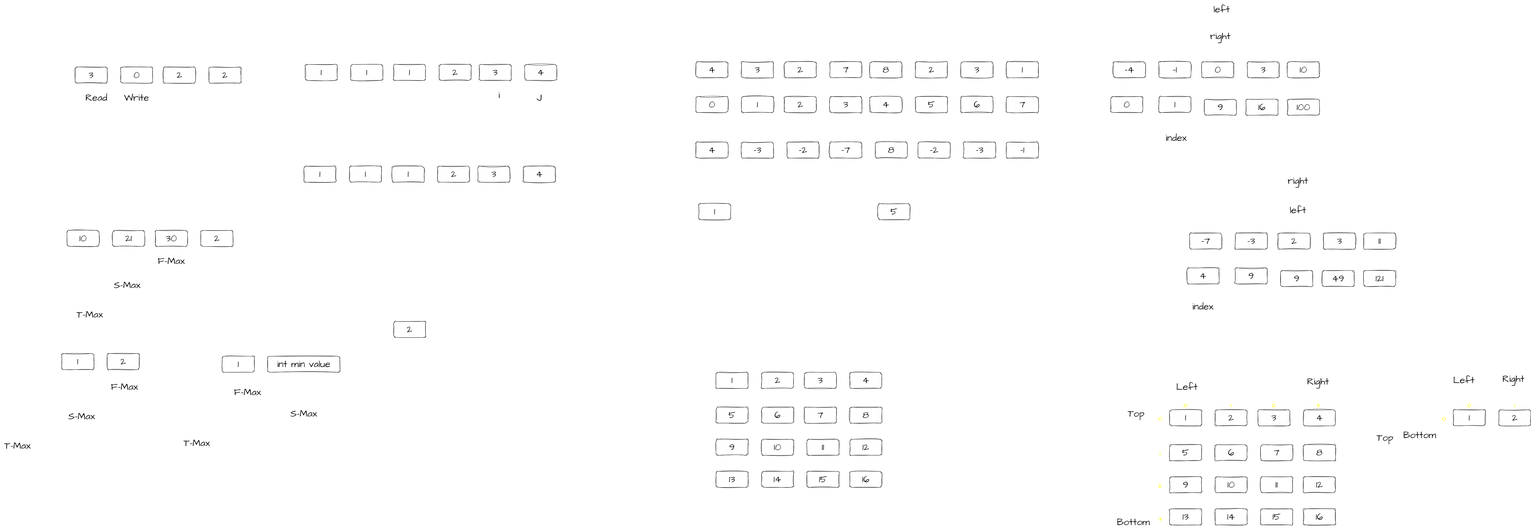
This is Diagrams/BrainStorming.drawio.png from Omar-Abo-Ziada/Problem_Solving, a draw.io export, as it was before one commit. Source tidied: cells renumbered, new cells last; positions are measured from the earlier drawing's top-left corner, leaving out a move shared by most shapes.
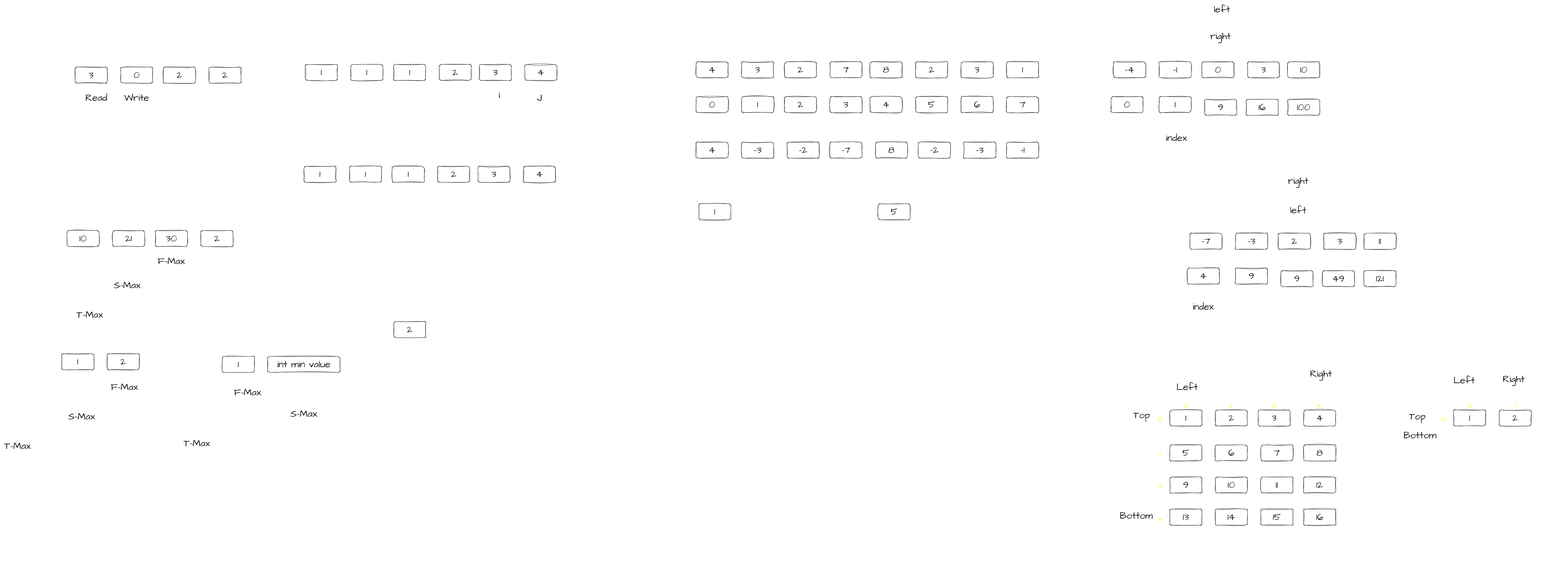
After the commit.

Commit message:
Edite Diagram

Change to the diagram source:
```diff
@@ -272,76 +272,16 @@
     <mxCell id="91" value="index" style="text;html=1;strokeColor=none;fillColor=none;align=center;verticalAlign=middle;whiteSpace=wrap;rounded=0;sketch=1;hachureGap=4;jiggle=2;curveFitting=1;fontFamily=Architects Daughter;fontSource=https%3A%2F%2Ffonts.googleapis.com%2Fcss%3Ffamily%3DArchitects%2BDaughter;fontSize=36;" parent="1" vertex="1">
       <mxGeometry x="4430" y="1110" width="130" height="70" as="geometry" />
     </mxCell>
-    <mxCell id="92" value="&lt;font style=&quot;font-size: 36px;&quot;&gt;1&lt;/font&gt;" style="rounded=1;whiteSpace=wrap;html=1;sketch=1;hachureGap=4;jiggle=2;curveFitting=1;fontFamily=Architects Daughter;fontSource=https%3A%2F%2Ffonts.googleapis.com%2Fcss%3Ffamily%3DArchitects%2BDaughter;fontSize=20;" parent="1" vertex="1">
-      <mxGeometry x="2675" y="1390" width="120" height="60" as="geometry" />
-    </mxCell>
-    <mxCell id="93" value="&lt;font style=&quot;font-size: 36px;&quot;&gt;2&lt;/font&gt;" style="rounded=1;whiteSpace=wrap;html=1;sketch=1;hachureGap=4;jiggle=2;curveFitting=1;fontFamily=Architects Daughter;fontSource=https%3A%2F%2Ffonts.googleapis.com%2Fcss%3Ffamily%3DArchitects%2BDaughter;fontSize=20;" parent="1" vertex="1">
-      <mxGeometry x="2845" y="1390" width="120" height="60" as="geometry" />
-    </mxCell>
-    <mxCell id="94" value="&lt;font style=&quot;font-size: 36px;&quot;&gt;3&lt;/font&gt;" style="rounded=1;whiteSpace=wrap;html=1;sketch=1;hachureGap=4;jiggle=2;curveFitting=1;fontFamily=Architects Daughter;fontSource=https%3A%2F%2Ffonts.googleapis.com%2Fcss%3Ffamily%3DArchitects%2BDaughter;fontSize=20;" parent="1" vertex="1">
-      <mxGeometry x="3005" y="1390" width="120" height="60" as="geometry" />
-    </mxCell>
-    <mxCell id="95" value="&lt;font style=&quot;font-size: 36px;&quot;&gt;4&lt;/font&gt;" style="rounded=1;whiteSpace=wrap;html=1;sketch=1;hachureGap=4;jiggle=2;curveFitting=1;fontFamily=Architects Daughter;fontSource=https%3A%2F%2Ffonts.googleapis.com%2Fcss%3Ffamily%3DArchitects%2BDaughter;fontSize=20;" parent="1" vertex="1">
-      <mxGeometry x="3175" y="1390" width="120" height="60" as="geometry" />
-    </mxCell>
-    <mxCell id="96" value="&lt;font style=&quot;font-size: 36px;&quot;&gt;5&lt;/font&gt;" style="rounded=1;whiteSpace=wrap;html=1;sketch=1;hachureGap=4;jiggle=2;curveFitting=1;fontFamily=Architects Daughter;fontSource=https%3A%2F%2Ffonts.googleapis.com%2Fcss%3Ffamily%3DArchitects%2BDaughter;fontSize=20;" parent="1" vertex="1">
-      <mxGeometry x="2675" y="1520" width="120" height="60" as="geometry" />
-    </mxCell>
-    <mxCell id="97" value="&lt;font style=&quot;font-size: 36px;&quot;&gt;6&lt;/font&gt;" style="rounded=1;whiteSpace=wrap;html=1;sketch=1;hachureGap=4;jiggle=2;curveFitting=1;fontFamily=Architects Daughter;fontSource=https%3A%2F%2Ffonts.googleapis.com%2Fcss%3Ffamily%3DArchitects%2BDaughter;fontSize=20;" parent="1" vertex="1">
-      <mxGeometry x="2845" y="1520" width="120" height="60" as="geometry" />
-    </mxCell>
-    <mxCell id="98" value="&lt;font style=&quot;font-size: 36px;&quot;&gt;7&lt;/font&gt;" style="rounded=1;whiteSpace=wrap;html=1;sketch=1;hachureGap=4;jiggle=2;curveFitting=1;fontFamily=Architects Daughter;fontSource=https%3A%2F%2Ffonts.googleapis.com%2Fcss%3Ffamily%3DArchitects%2BDaughter;fontSize=20;" parent="1" vertex="1">
-      <mxGeometry x="3005" y="1520" width="120" height="60" as="geometry" />
-    </mxCell>
-    <mxCell id="99" value="&lt;font style=&quot;font-size: 36px;&quot;&gt;8&lt;/font&gt;" style="rounded=1;whiteSpace=wrap;html=1;sketch=1;hachureGap=4;jiggle=2;curveFitting=1;fontFamily=Architects Daughter;fontSource=https%3A%2F%2Ffonts.googleapis.com%2Fcss%3Ffamily%3DArchitects%2BDaughter;fontSize=20;" parent="1" vertex="1">
-      <mxGeometry x="3175" y="1520" width="120" height="60" as="geometry" />
-    </mxCell>
-    <mxCell id="100" value="&lt;font style=&quot;font-size: 36px;&quot;&gt;12&lt;/font&gt;" style="rounded=1;whiteSpace=wrap;html=1;sketch=1;hachureGap=4;jiggle=2;curveFitting=1;fontFamily=Architects Daughter;fontSource=https%3A%2F%2Ffonts.googleapis.com%2Fcss%3Ffamily%3DArchitects%2BDaughter;fontSize=20;" parent="1" vertex="1">
-      <mxGeometry x="3175" y="1640" width="120" height="60" as="geometry" />
-    </mxCell>
-    <mxCell id="101" value="&lt;font style=&quot;font-size: 36px;&quot;&gt;11&lt;/font&gt;" style="rounded=1;whiteSpace=wrap;html=1;sketch=1;hachureGap=4;jiggle=2;curveFitting=1;fontFamily=Architects Daughter;fontSource=https%3A%2F%2Ffonts.googleapis.com%2Fcss%3Ffamily%3DArchitects%2BDaughter;fontSize=20;" parent="1" vertex="1">
-      <mxGeometry x="3015" y="1640" width="120" height="60" as="geometry" />
-    </mxCell>
-    <mxCell id="102" value="&lt;font style=&quot;font-size: 36px;&quot;&gt;10&lt;/font&gt;" style="rounded=1;whiteSpace=wrap;html=1;sketch=1;hachureGap=4;jiggle=2;curveFitting=1;fontFamily=Architects Daughter;fontSource=https%3A%2F%2Ffonts.googleapis.com%2Fcss%3Ffamily%3DArchitects%2BDaughter;fontSize=20;" parent="1" vertex="1">
-      <mxGeometry x="2845" y="1640" width="120" height="60" as="geometry" />
-    </mxCell>
-    <mxCell id="103" value="&lt;font style=&quot;font-size: 36px;&quot;&gt;9&lt;/font&gt;" style="rounded=1;whiteSpace=wrap;html=1;sketch=1;hachureGap=4;jiggle=2;curveFitting=1;fontFamily=Architects Daughter;fontSource=https%3A%2F%2Ffonts.googleapis.com%2Fcss%3Ffamily%3DArchitects%2BDaughter;fontSize=20;" parent="1" vertex="1">
-      <mxGeometry x="2675" y="1640" width="120" height="60" as="geometry" />
-    </mxCell>
-    <mxCell id="104" value="&lt;font style=&quot;font-size: 36px;&quot;&gt;16&lt;/font&gt;" style="rounded=1;whiteSpace=wrap;html=1;sketch=1;hachureGap=4;jiggle=2;curveFitting=1;fontFamily=Architects Daughter;fontSource=https%3A%2F%2Ffonts.googleapis.com%2Fcss%3Ffamily%3DArchitects%2BDaughter;fontSize=20;" parent="1" vertex="1">
-      <mxGeometry x="3175" y="1760" width="120" height="60" as="geometry" />
-    </mxCell>
-    <mxCell id="105" value="&lt;font style=&quot;font-size: 36px;&quot;&gt;15&lt;/font&gt;" style="rounded=1;whiteSpace=wrap;html=1;sketch=1;hachureGap=4;jiggle=2;curveFitting=1;fontFamily=Architects Daughter;fontSource=https%3A%2F%2Ffonts.googleapis.com%2Fcss%3Ffamily%3DArchitects%2BDaughter;fontSize=20;" parent="1" vertex="1">
-      <mxGeometry x="3015" y="1760" width="120" height="60" as="geometry" />
-    </mxCell>
-    <mxCell id="106" value="&lt;font style=&quot;font-size: 36px;&quot;&gt;14&lt;/font&gt;" style="rounded=1;whiteSpace=wrap;html=1;sketch=1;hachureGap=4;jiggle=2;curveFitting=1;fontFamily=Architects Daughter;fontSource=https%3A%2F%2Ffonts.googleapis.com%2Fcss%3Ffamily%3DArchitects%2BDaughter;fontSize=20;" parent="1" vertex="1">
-      <mxGeometry x="2845" y="1760" width="120" height="60" as="geometry" />
-    </mxCell>
-    <mxCell id="107" value="&lt;font style=&quot;font-size: 36px;&quot;&gt;13&lt;/font&gt;" style="rounded=1;whiteSpace=wrap;html=1;sketch=1;hachureGap=4;jiggle=2;curveFitting=1;fontFamily=Architects Daughter;fontSource=https%3A%2F%2Ffonts.googleapis.com%2Fcss%3Ffamily%3DArchitects%2BDaughter;fontSize=20;" parent="1" vertex="1">
-      <mxGeometry x="2675" y="1760" width="120" height="60" as="geometry" />
-    </mxCell>
     <mxCell id="108" style="endArrow=none;html=1;fillColor=#ffcccc;strokeColor=#FFFFFF;strokeWidth=10;" parent="1" edge="1">
       <mxGeometry relative="1" as="geometry">
-        <mxPoint x="3390" y="1950" as="sourcePoint" />
-        <mxPoint x="3390" y="1270" as="targetPoint" />
+        <mxPoint x="4050" y="2090" as="sourcePoint" />
+        <mxPoint x="4050" y="1270" as="targetPoint" />
       </mxGeometry>
     </mxCell>
-    <mxCell id="109" style="endArrow=none;html=1;fillColor=#ffcccc;strokeColor=#FFFFFF;strokeWidth=10;" parent="1" edge="1">
-      <mxGeometry relative="1" as="geometry">
-        <mxPoint x="2550" y="1940" as="sourcePoint" />
-        <mxPoint x="2550" y="1260" as="targetPoint" />
-      </mxGeometry>
-    </mxCell>
-    <mxCell id="110" style="endArrow=none;html=1;fillColor=#ffcccc;strokeColor=#FFFFFF;strokeWidth=10;" parent="1" edge="1">
-      <mxGeometry relative="1" as="geometry">
-        <mxPoint x="3380" y="1950" as="sourcePoint" />
-        <mxPoint x="2550" y="1940" as="targetPoint" />
-      </mxGeometry>
-    </mxCell>
     <mxCell id="111" style="endArrow=none;html=1;fillColor=#ffcccc;strokeColor=#FFFFFF;strokeWidth=10;" parent="1" edge="1">
       <mxGeometry relative="1" as="geometry">
-        <mxPoint x="3380" y="1280" as="sourcePoint" />
-        <mxPoint x="2550" y="1270" as="targetPoint" />
+        <mxPoint x="5850" y="1270" as="sourcePoint" />
+        <mxPoint x="4050" y="1270" as="targetPoint" />
       </mxGeometry>
     </mxCell>
     <mxCell id="112" style="edgeStyle=none;html=1;strokeColor=#FFFFFF;strokeWidth=3;" parent="1" edge="1" source="113" target="115">
@@ -437,17 +377,17 @@
     <mxCell id="142" value="&lt;font style=&quot;font-size: 36px;&quot;&gt;13&lt;/font&gt;" style="rounded=1;whiteSpace=wrap;html=1;sketch=1;hachureGap=4;jiggle=2;curveFitting=1;fontFamily=Architects Daughter;fontSource=https%3A%2F%2Ffonts.googleapis.com%2Fcss%3Ffamily%3DArchitects%2BDaughter;fontSize=20;" parent="1" vertex="1">
       <mxGeometry x="4370" y="1900" width="120" height="60" as="geometry" />
     </mxCell>
-    <mxCell id="143" value="Left" style="text;html=1;strokeColor=none;fillColor=none;align=center;verticalAlign=middle;whiteSpace=wrap;rounded=0;sketch=1;hachureGap=4;jiggle=2;curveFitting=1;fontFamily=Architects Daughter;fontSource=https%3A%2F%2Ffonts.googleapis.com%2Fcss%3Ffamily%3DArchitects%2BDaughter;fontSize=36;" parent="1" vertex="1">
+    <mxCell id="143" value="Left" style="text;html=1;strokeColor=none;fillColor=default;align=center;verticalAlign=middle;whiteSpace=wrap;rounded=0;sketch=1;hachureGap=4;jiggle=2;curveFitting=1;fontFamily=Architects Daughter;fontSource=https%3A%2F%2Ffonts.googleapis.com%2Fcss%3Ffamily%3DArchitects%2BDaughter;fontSize=36;" parent="1" vertex="1">
       <mxGeometry x="4370" y="1410" width="130" height="70" as="geometry" />
     </mxCell>
-    <mxCell id="144" value="Right" style="text;html=1;strokeColor=none;fillColor=none;align=center;verticalAlign=middle;whiteSpace=wrap;rounded=0;sketch=1;hachureGap=4;jiggle=2;curveFitting=1;fontFamily=Architects Daughter;fontSource=https%3A%2F%2Ffonts.googleapis.com%2Fcss%3Ffamily%3DArchitects%2BDaughter;fontSize=36;" parent="1" vertex="1">
-      <mxGeometry x="4860" y="1390" width="130" height="70" as="geometry" />
+    <mxCell id="144" value="Right" style="text;html=1;strokeColor=none;fillColor=default;align=center;verticalAlign=middle;whiteSpace=wrap;rounded=0;sketch=1;hachureGap=4;jiggle=2;curveFitting=1;fontFamily=Architects Daughter;fontSource=https%3A%2F%2Ffonts.googleapis.com%2Fcss%3Ffamily%3DArchitects%2BDaughter;fontSize=36;" parent="1" vertex="1">
+      <mxGeometry x="4870" y="1360" width="130" height="70" as="geometry" />
     </mxCell>
-    <mxCell id="145" value="Top" style="text;html=1;strokeColor=none;fillColor=none;align=center;verticalAlign=middle;whiteSpace=wrap;rounded=0;sketch=1;hachureGap=4;jiggle=2;curveFitting=1;fontFamily=Architects Daughter;fontSource=https%3A%2F%2Ffonts.googleapis.com%2Fcss%3Ffamily%3DArchitects%2BDaughter;fontSize=36;" parent="1" vertex="1">
-      <mxGeometry x="4180" y="1510" width="130" height="70" as="geometry" />
+    <mxCell id="145" value="Top" style="text;html=1;strokeColor=none;fillColor=default;align=center;verticalAlign=middle;whiteSpace=wrap;rounded=0;sketch=1;hachureGap=4;jiggle=2;curveFitting=1;fontFamily=Architects Daughter;fontSource=https%3A%2F%2Ffonts.googleapis.com%2Fcss%3Ffamily%3DArchitects%2BDaughter;fontSize=36;" parent="1" vertex="1">
+      <mxGeometry x="4200" y="1515" width="130" height="70" as="geometry" />
     </mxCell>
-    <mxCell id="146" value="Bottom" style="text;html=1;strokeColor=none;fillColor=none;align=center;verticalAlign=middle;whiteSpace=wrap;rounded=0;sketch=1;hachureGap=4;jiggle=2;curveFitting=1;fontFamily=Architects Daughter;fontSource=https%3A%2F%2Ffonts.googleapis.com%2Fcss%3Ffamily%3DArchitects%2BDaughter;fontSize=36;" parent="1" vertex="1">
-      <mxGeometry x="4170" y="1915" width="130" height="70" as="geometry" />
+    <mxCell id="146" value="Bottom" style="text;html=1;strokeColor=none;fillColor=default;align=center;verticalAlign=middle;whiteSpace=wrap;rounded=0;sketch=1;hachureGap=4;jiggle=2;curveFitting=1;fontFamily=Architects Daughter;fontSource=https%3A%2F%2Ffonts.googleapis.com%2Fcss%3Ffamily%3DArchitects%2BDaughter;fontSize=36;" parent="1" vertex="1">
+      <mxGeometry x="4180" y="1890" width="130" height="70" as="geometry" />
     </mxCell>
     <mxCell id="147" value="&lt;font color=&quot;#ffff00&quot; style=&quot;font-size: 22px;&quot;&gt;0&lt;/font&gt;" style="text;html=1;strokeColor=none;fillColor=none;align=center;verticalAlign=middle;whiteSpace=wrap;rounded=0;sketch=1;hachureGap=4;jiggle=2;curveFitting=1;fontFamily=Architects Daughter;fontSource=https%3A%2F%2Ffonts.googleapis.com%2Fcss%3Ffamily%3DArchitects%2BDaughter;fontSize=36;" parent="1" vertex="1">
       <mxGeometry x="4395" y="1490" width="70" height="40" as="geometry" />
@@ -482,16 +422,16 @@
     <mxCell id="157" value="&lt;font style=&quot;font-size: 36px;&quot;&gt;2&lt;/font&gt;" style="rounded=1;whiteSpace=wrap;html=1;sketch=1;hachureGap=4;jiggle=2;curveFitting=1;fontFamily=Architects Daughter;fontSource=https%3A%2F%2Ffonts.googleapis.com%2Fcss%3Ffamily%3DArchitects%2BDaughter;fontSize=20;" parent="1" vertex="1">
       <mxGeometry x="5600" y="1530" width="120" height="60" as="geometry" />
     </mxCell>
-    <mxCell id="158" value="Left" style="text;html=1;strokeColor=none;fillColor=none;align=center;verticalAlign=middle;whiteSpace=wrap;rounded=0;sketch=1;hachureGap=4;jiggle=2;curveFitting=1;fontFamily=Architects Daughter;fontSource=https%3A%2F%2Ffonts.googleapis.com%2Fcss%3Ffamily%3DArchitects%2BDaughter;fontSize=36;" parent="1" vertex="1">
+    <mxCell id="158" value="Left" style="text;html=1;strokeColor=none;fillColor=default;align=center;verticalAlign=middle;whiteSpace=wrap;rounded=0;sketch=1;hachureGap=4;jiggle=2;curveFitting=1;fontFamily=Architects Daughter;fontSource=https%3A%2F%2Ffonts.googleapis.com%2Fcss%3Ffamily%3DArchitects%2BDaughter;fontSize=36;" parent="1" vertex="1">
       <mxGeometry x="5405" y="1385" width="130" height="70" as="geometry" />
     </mxCell>
-    <mxCell id="159" value="Right" style="text;html=1;strokeColor=none;fillColor=none;align=center;verticalAlign=middle;whiteSpace=wrap;rounded=0;sketch=1;hachureGap=4;jiggle=2;curveFitting=1;fontFamily=Architects Daughter;fontSource=https%3A%2F%2Ffonts.googleapis.com%2Fcss%3Ffamily%3DArchitects%2BDaughter;fontSize=36;" parent="1" vertex="1">
+    <mxCell id="159" value="Right" style="text;html=1;strokeColor=none;fillColor=default;align=center;verticalAlign=middle;whiteSpace=wrap;rounded=0;sketch=1;hachureGap=4;jiggle=2;curveFitting=1;fontFamily=Architects Daughter;fontSource=https%3A%2F%2Ffonts.googleapis.com%2Fcss%3Ffamily%3DArchitects%2BDaughter;fontSize=36;" parent="1" vertex="1">
       <mxGeometry x="5590" y="1380" width="130" height="70" as="geometry" />
     </mxCell>
-    <mxCell id="160" value="Top" style="text;html=1;strokeColor=none;fillColor=none;align=center;verticalAlign=middle;whiteSpace=wrap;rounded=0;sketch=1;hachureGap=4;jiggle=2;curveFitting=1;fontFamily=Architects Daughter;fontSource=https%3A%2F%2Ffonts.googleapis.com%2Fcss%3Ffamily%3DArchitects%2BDaughter;fontSize=36;" parent="1" vertex="1">
-      <mxGeometry x="5110" y="1600" width="130" height="70" as="geometry" />
+    <mxCell id="160" value="Top" style="text;html=1;strokeColor=none;fillColor=default;align=center;verticalAlign=middle;whiteSpace=wrap;rounded=0;sketch=1;hachureGap=4;jiggle=2;curveFitting=1;fontFamily=Architects Daughter;fontSource=https%3A%2F%2Ffonts.googleapis.com%2Fcss%3Ffamily%3DArchitects%2BDaughter;fontSize=36;" parent="1" vertex="1">
+      <mxGeometry x="5230" y="1520" width="130" height="70" as="geometry" />
     </mxCell>
-    <mxCell id="161" value="Bottom" style="text;html=1;strokeColor=none;fillColor=none;align=center;verticalAlign=middle;whiteSpace=wrap;rounded=0;sketch=1;hachureGap=4;jiggle=2;curveFitting=1;fontFamily=Architects Daughter;fontSource=https%3A%2F%2Ffonts.googleapis.com%2Fcss%3Ffamily%3DArchitects%2BDaughter;fontSize=36;" parent="1" vertex="1">
+    <mxCell id="161" value="Bottom" style="text;html=1;strokeColor=none;fillColor=default;align=center;verticalAlign=middle;whiteSpace=wrap;rounded=0;sketch=1;hachureGap=4;jiggle=2;curveFitting=1;fontFamily=Architects Daughter;fontSource=https%3A%2F%2Ffonts.googleapis.com%2Fcss%3Ffamily%3DArchitects%2BDaughter;fontSize=36;" parent="1" vertex="1">
       <mxGeometry x="5240" y="1590" width="130" height="70" as="geometry" />
     </mxCell>
     <mxCell id="162" value="&lt;font color=&quot;#ffff00&quot; style=&quot;font-size: 22px;&quot;&gt;0&lt;/font&gt;" style="text;html=1;strokeColor=none;fillColor=none;align=center;verticalAlign=middle;whiteSpace=wrap;rounded=0;sketch=1;hachureGap=4;jiggle=2;curveFitting=1;fontFamily=Architects Daughter;fontSource=https%3A%2F%2Ffonts.googleapis.com%2Fcss%3Ffamily%3DArchitects%2BDaughter;fontSize=36;" parent="1" vertex="1">
@@ -503,5 +443,17 @@
     <mxCell id="164" value="&lt;font color=&quot;#ffff00&quot; style=&quot;font-size: 22px;&quot;&gt;0&lt;/font&gt;" style="text;html=1;strokeColor=none;fillColor=none;align=center;verticalAlign=middle;whiteSpace=wrap;rounded=0;sketch=1;hachureGap=4;jiggle=2;curveFitting=1;fontFamily=Architects Daughter;fontSource=https%3A%2F%2Ffonts.googleapis.com%2Fcss%3Ffamily%3DArchitects%2BDaughter;fontSize=36;" parent="1" vertex="1">
       <mxGeometry x="5360" y="1540" width="70" height="40" as="geometry" />
     </mxCell>
+    <mxCell id="165" style="endArrow=none;html=1;fillColor=#ffcccc;strokeColor=#FFFFFF;strokeWidth=10;" parent="1" edge="1">
+      <mxGeometry relative="1" as="geometry">
+        <mxPoint x="5850" y="2080" as="sourcePoint" />
+        <mxPoint x="4050" y="2080" as="targetPoint" />
+      </mxGeometry>
+    </mxCell>
+    <mxCell id="166" style="endArrow=none;html=1;fillColor=#ffcccc;strokeColor=#FFFFFF;strokeWidth=10;" parent="1" edge="1">
+      <mxGeometry relative="1" as="geometry">
+        <mxPoint x="5850" y="2080" as="sourcePoint" />
+        <mxPoint x="5850" y="1260" as="targetPoint" />
+      </mxGeometry>
+    </mxCell>
   </root>
 </mxGraphModel>
```
